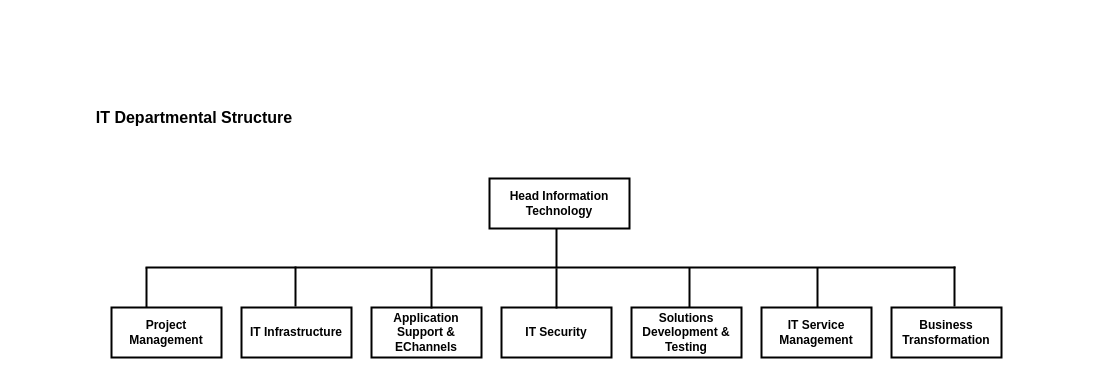
Above: page "High Level" (3 of 3) of organogram.drawio in Great-B/standard-arch-diagrams (draw.io), before the change. Source tidied: cells renumbered, new cells numbered last; positions are measured from the earlier drawing's top-left corner, leaving out a move shared by most shapes. Both pictures are drawn from the tidied source at 100%, with x=0, y=0 at pixel (89, 97).
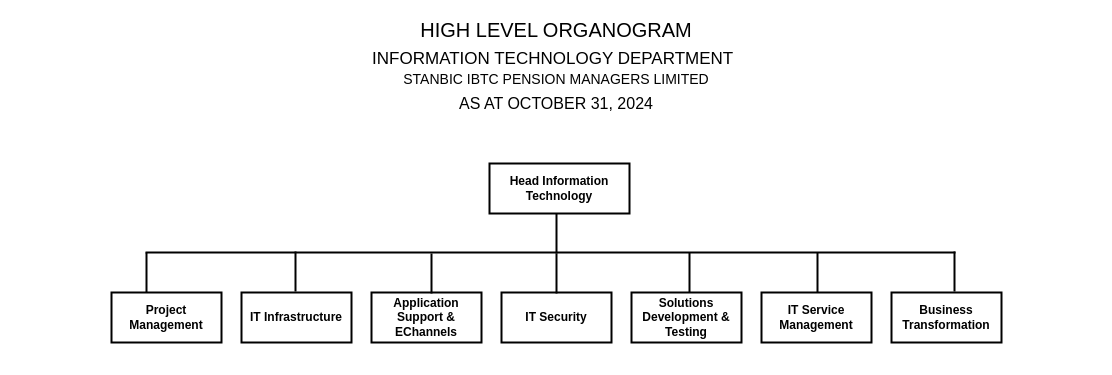
Above is the later version.

The change refers to these unchanged cells:
```xml
<mxCell id="2" style="group;" parent="1" vertex="1">
  <mxGeometry width="912" height="260" as="geometry" />
</mxCell>
```

Diff of the diagram source:
```diff
@@
     <mxCell id="3" value="&lt;b&gt;&lt;font face=&quot;Helvetica&quot;&gt;Head Information Technology&lt;/font&gt;&lt;/b&gt;" style="rounded=0;whiteSpace=wrap;html=1;strokeWidth=2;" parent="2" vertex="1">
-      <mxGeometry x="400" y="81" width="140" height="50" as="geometry" />
+      <mxGeometry x="400" y="66" width="140" height="50" as="geometry" />
     </mxCell>
     <mxCell id="4" value="&lt;b&gt;&lt;font face=&quot;Helvetica&quot;&gt;Project Management&lt;/font&gt;&lt;/b&gt;" style="rounded=0;whiteSpace=wrap;html=1;strokeWidth=2;" parent="2" vertex="1">
-      <mxGeometry x="22" y="210" width="110" height="50" as="geometry" />
+      <mxGeometry x="22" y="195" width="110" height="50" as="geometry" />
     </mxCell>
     <mxCell id="5" value="&lt;b&gt;&lt;font face=&quot;Helvetica&quot;&gt;IT Infrastructure&lt;/font&gt;&lt;/b&gt;" style="rounded=0;whiteSpace=wrap;html=1;strokeWidth=2;" parent="2" vertex="1">
-      <mxGeometry x="152" y="210" width="110" height="50" as="geometry" />
+      <mxGeometry x="152" y="195" width="110" height="50" as="geometry" />
     </mxCell>
     <mxCell id="6" value="&lt;b&gt;&lt;font face=&quot;Helvetica&quot;&gt;Application Support &amp;amp; EChannels&lt;/font&gt;&lt;/b&gt;" style="rounded=0;whiteSpace=wrap;html=1;strokeWidth=2;" parent="2" vertex="1">
-      <mxGeometry x="282" y="210" width="110" height="50" as="geometry" />
+      <mxGeometry x="282" y="195" width="110" height="50" as="geometry" />
     </mxCell>
     <mxCell id="7" value="&lt;b&gt;IT Security&lt;/b&gt;" style="rounded=0;whiteSpace=wrap;html=1;strokeWidth=2;" parent="2" vertex="1">
-      <mxGeometry x="412" y="210" width="110" height="50" as="geometry" />
+      <mxGeometry x="412" y="195" width="110" height="50" as="geometry" />
     </mxCell>
     <mxCell id="8" value="&lt;b&gt;&lt;font face=&quot;Helvetica&quot;&gt;Solutions Development &amp;amp; Testing&lt;/font&gt;&lt;/b&gt;" style="rounded=0;whiteSpace=wrap;html=1;strokeWidth=2;" parent="2" vertex="1">
-      <mxGeometry x="542" y="210" width="110" height="50" as="geometry" />
+      <mxGeometry x="542" y="195" width="110" height="50" as="geometry" />
     </mxCell>
     <mxCell id="9" value="&lt;b&gt;&lt;font face=&quot;Helvetica&quot;&gt;IT Service Management&lt;/font&gt;&lt;/b&gt;" style="rounded=0;whiteSpace=wrap;html=1;strokeWidth=2;" parent="2" vertex="1">
-      <mxGeometry x="672" y="210" width="110" height="50" as="geometry" />
+      <mxGeometry x="672" y="195" width="110" height="50" as="geometry" />
     </mxCell>
     <mxCell id="10" value="&lt;b&gt;&lt;font face=&quot;Helvetica&quot;&gt;Business Transformation&lt;/font&gt;&lt;/b&gt;" style="rounded=0;whiteSpace=wrap;html=1;strokeWidth=2;" parent="2" vertex="1">
-      <mxGeometry x="802" y="210" width="110" height="50" as="geometry" />
+      <mxGeometry x="802" y="195" width="110" height="50" as="geometry" />
     </mxCell>
     <mxCell id="11" style="endArrow=none;html=1;rounded=0;strokeWidth=2;" parent="2" edge="1">
       <mxGeometry relative="1" as="geometry">
-        <mxPoint x="56" y="170" as="sourcePoint" />
-        <mxPoint x="866" y="170" as="targetPoint" />
+        <mxPoint x="56" y="155" as="sourcePoint" />
+        <mxPoint x="866" y="155" as="targetPoint" />
       </mxGeometry>
     </mxCell>
     <mxCell id="12" style="endArrow=none;html=1;rounded=0;strokeWidth=2;" parent="2" edge="1">
       <mxGeometry relative="1" as="geometry">
-        <mxPoint x="57" y="210" as="sourcePoint" />
-        <mxPoint x="57" y="170" as="targetPoint" />
+        <mxPoint x="57" y="195" as="sourcePoint" />
+        <mxPoint x="57" y="155" as="targetPoint" />
       </mxGeometry>
     </mxCell>
     <mxCell id="13" style="endArrow=none;html=1;rounded=0;strokeWidth=2;" parent="2" edge="1">
       <mxGeometry relative="1" as="geometry">
-        <mxPoint x="206" y="209" as="sourcePoint" />
-        <mxPoint x="206" y="169" as="targetPoint" />
+        <mxPoint x="206" y="194" as="sourcePoint" />
+        <mxPoint x="206" y="154" as="targetPoint" />
       </mxGeometry>
     </mxCell>
     <mxCell id="14" style="endArrow=none;html=1;rounded=0;strokeWidth=2;" parent="2" edge="1">
       <mxGeometry relative="1" as="geometry">
-        <mxPoint x="342" y="211" as="sourcePoint" />
-        <mxPoint x="342" y="171" as="targetPoint" />
+        <mxPoint x="342" y="196" as="sourcePoint" />
+        <mxPoint x="342" y="156" as="targetPoint" />
       </mxGeometry>
     </mxCell>
     <mxCell id="15" style="endArrow=none;html=1;rounded=0;strokeWidth=2;" parent="2" edge="1">
       <mxGeometry relative="1" as="geometry">
-        <mxPoint x="467" y="211" as="sourcePoint" />
-        <mxPoint x="467" y="171" as="targetPoint" />
+        <mxPoint x="467" y="196" as="sourcePoint" />
+        <mxPoint x="467" y="156" as="targetPoint" />
       </mxGeometry>
     </mxCell>
     <mxCell id="16" style="endArrow=none;html=1;rounded=0;strokeWidth=2;" parent="2" edge="1">
       <mxGeometry relative="1" as="geometry">
-        <mxPoint x="600" y="210" as="sourcePoint" />
-        <mxPoint x="600" y="170" as="targetPoint" />
+        <mxPoint x="600" y="195" as="sourcePoint" />
+        <mxPoint x="600" y="155" as="targetPoint" />
       </mxGeometry>
     </mxCell>
     <mxCell id="17" style="endArrow=none;html=1;rounded=0;strokeWidth=2;" parent="2" edge="1">
       <mxGeometry relative="1" as="geometry">
-        <mxPoint x="728" y="210" as="sourcePoint" />
-        <mxPoint x="728" y="170" as="targetPoint" />
+        <mxPoint x="728" y="195" as="sourcePoint" />
+        <mxPoint x="728" y="155" as="targetPoint" />
       </mxGeometry>
     </mxCell>
     <mxCell id="18" style="endArrow=none;html=1;rounded=0;strokeWidth=2;" parent="2" edge="1">
       <mxGeometry relative="1" as="geometry">
-        <mxPoint x="865" y="209" as="sourcePoint" />
-        <mxPoint x="865" y="169" as="targetPoint" />
+        <mxPoint x="865" y="194" as="sourcePoint" />
+        <mxPoint x="865" y="154" as="targetPoint" />
       </mxGeometry>
     </mxCell>
     <mxCell id="19" style="endArrow=none;html=1;rounded=0;strokeWidth=2;" parent="2" edge="1">
       <mxGeometry relative="1" as="geometry">
-        <mxPoint x="467" y="171" as="sourcePoint" />
-        <mxPoint x="467" y="131" as="targetPoint" />
+        <mxPoint x="467" y="156" as="sourcePoint" />
+        <mxPoint x="467" y="116" as="targetPoint" />
       </mxGeometry>
     </mxCell>
-    <mxCell id="20" value="IT Departmental Structure" style="text;html=1;align=center;verticalAlign=middle;whiteSpace=wrap;rounded=0;fontSize=16;fontStyle=1;" parent="2" vertex="1">
-      <mxGeometry width="210" height="40" as="geometry" />
-    </mxCell>
+    <mxCell id="21" value="&lt;font style=&quot;&quot;&gt;&lt;font style=&quot;font-size: 20px;&quot;&gt;HIGH LEVEL ORGANOGRAM&lt;/font&gt;&lt;br&gt;&lt;/font&gt;&lt;div style=&quot;&quot;&gt;&lt;font style=&quot;&quot;&gt;&lt;font style=&quot;&quot;&gt;&lt;span style=&quot;background-color: initial;&quot;&gt;&lt;font style=&quot;font-size: 17px;&quot;&gt;INFORMATION TECHNOLOGY DEPARTMENT&lt;/font&gt;&lt;/span&gt;&lt;span style=&quot;font-size: 24px; background-color: initial;&quot;&gt;&amp;nbsp;&lt;br&gt;&lt;/span&gt;&lt;font style=&quot;font-size: 14px;&quot;&gt;STANBIC IBTC PENSION MANAGERS LIMITED&lt;/font&gt;&lt;/font&gt;&lt;/font&gt;&lt;div style=&quot;font-size: 23px;&quot;&gt;&lt;font size=&quot;3&quot; style=&quot;&quot;&gt;AS AT OCTOBER 31, 2024&lt;/font&gt;&lt;/div&gt;&lt;/div&gt;" style="rounded=0;whiteSpace=wrap;html=1;strokeColor=none;fillColor=none;" parent="1" vertex="1">
+      <mxGeometry x="-72" y="-80" width="1078" height="98" as="geometry" />
+    </mxCell>
```
